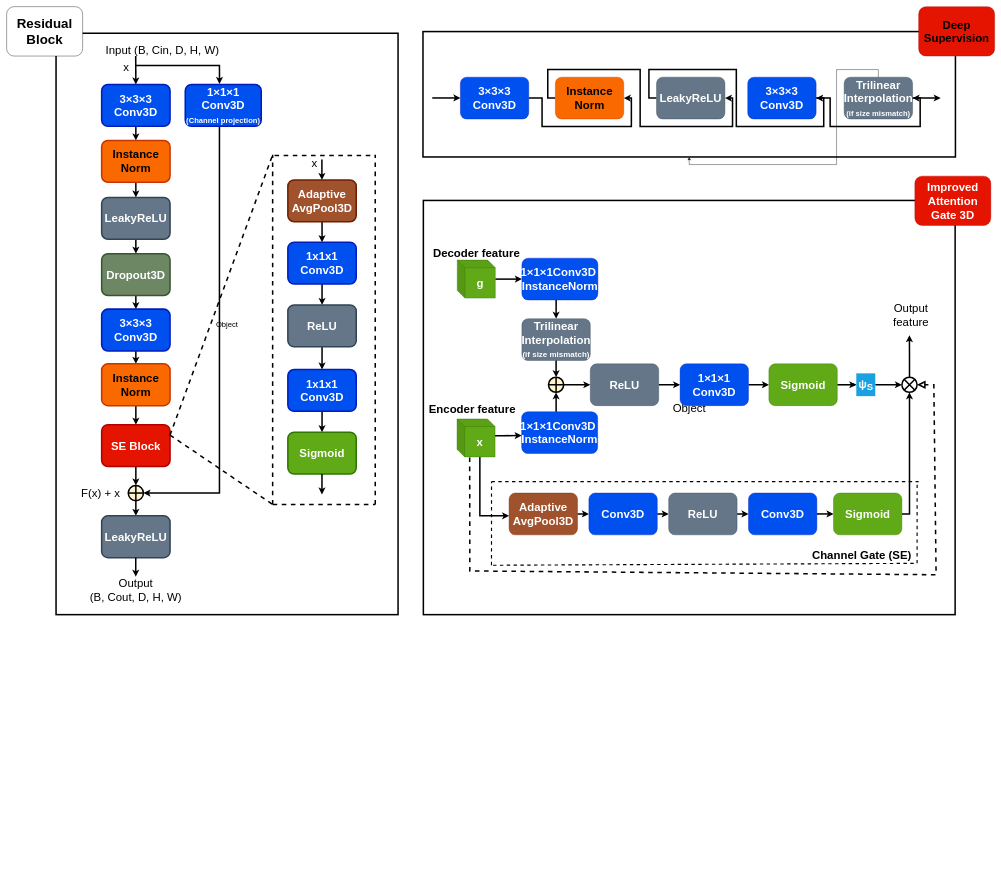
This is page "model blocks (segmentation module)" (4 of 5) of Biểu đồ không có tiêu đề.drawio from FanchonSora/thesis-project, a draw.io file, before an edit. Source tidied: cells renumbered, new cells numbered last; positions are measured from the earlier drawing's top-left corner, leaving out a move shared by most shapes. Both pictures are drawn from the tidied source at 38%, with x=0, y=0 at pixel (6, -172).
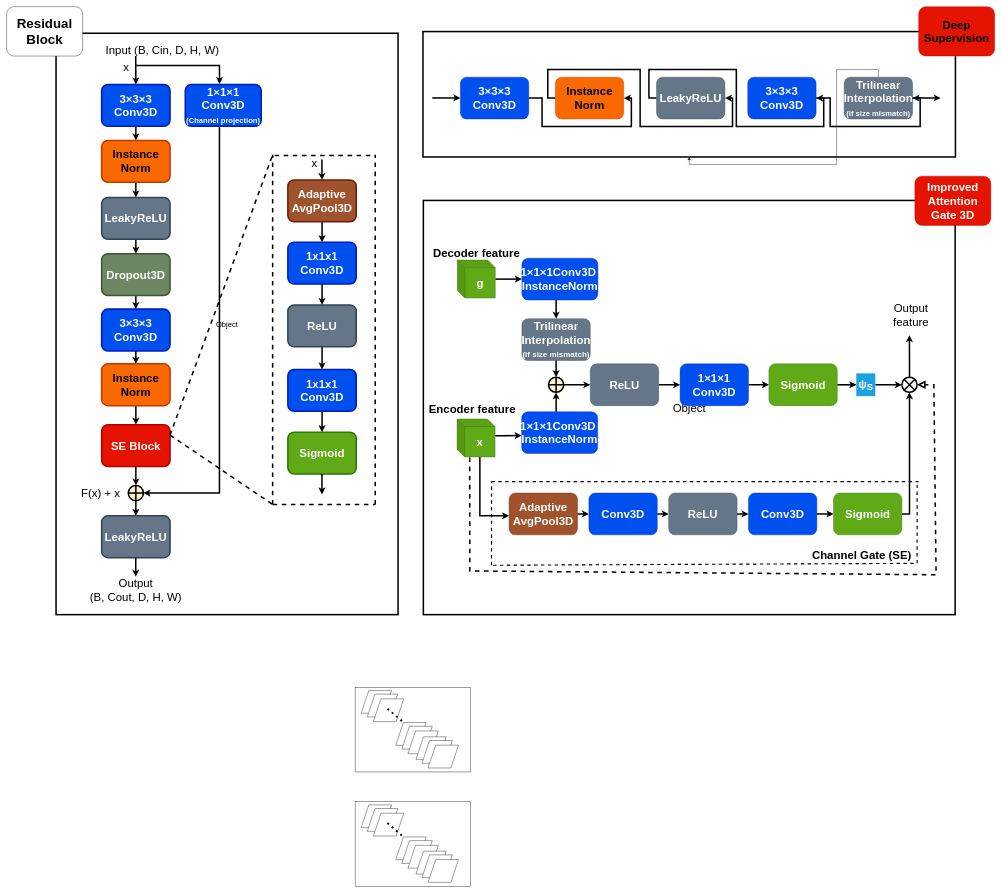
The same page after the edit.

Diff of the diagram source:
```diff
@@
+    <mxCell id="108" style="rounded=0;whiteSpace=wrap;html=1;fillColor=none;strokeColor=light-dark(#000000,#000000);" parent="1" vertex="1">
+      <mxGeometry x="917" y="2261" width="303" height="223" as="geometry" />
+    </mxCell>
+    <mxCell id="109" style="rounded=0;whiteSpace=wrap;html=1;fillColor=none;strokeColor=light-dark(#000000,#000000);" parent="1" vertex="1">
+      <mxGeometry x="917" y="2562" width="303" height="223" as="geometry" />
+    </mxCell>
+    <mxCell id="110" style="shape=parallelogram;perimeter=parallelogramPerimeter;whiteSpace=wrap;html=1;fixedSize=1;fillColor=light-dark(#FFFFFF,#006600);strokeColor=light-dark(#000000,#000000);" parent="1" vertex="1">
+      <mxGeometry x="933" y="2269.5" width="80" height="60" as="geometry" />
+    </mxCell>
+    <mxCell id="111" style="shape=parallelogram;perimeter=parallelogramPerimeter;whiteSpace=wrap;html=1;fixedSize=1;fillColor=light-dark(#FFFFFF,#006600);strokeColor=light-dark(#000000,#000000);" parent="1" vertex="1">
+      <mxGeometry x="949" y="2279.2" width="80" height="60" as="geometry" />
+    </mxCell>
+    <mxCell id="112" style="shape=parallelogram;perimeter=parallelogramPerimeter;whiteSpace=wrap;html=1;fixedSize=1;fillColor=light-dark(#FFFFFF,#006600);strokeColor=light-dark(#000000,#000000);" parent="1" vertex="1">
+      <mxGeometry x="965" y="2291.5" width="80" height="60" as="geometry" />
+    </mxCell>
+    <mxCell id="113" style="shape=parallelogram;perimeter=parallelogramPerimeter;whiteSpace=wrap;html=1;fixedSize=1;fillColor=light-dark(#FFFFFF,#006600);strokeColor=light-dark(#000000,#000000);" parent="1" vertex="1">
+      <mxGeometry x="1024" y="2354" width="80" height="60" as="geometry" />
+    </mxCell>
+    <mxCell id="114" style="shape=parallelogram;perimeter=parallelogramPerimeter;whiteSpace=wrap;html=1;fixedSize=1;fillColor=light-dark(#FFFFFF,#006600);strokeColor=light-dark(#000000,#000000);" parent="1" vertex="1">
+      <mxGeometry x="1040" y="2363.7" width="80" height="60" as="geometry" />
+    </mxCell>
+    <mxCell id="115" style="shape=parallelogram;perimeter=parallelogramPerimeter;whiteSpace=wrap;html=1;fixedSize=1;fillColor=light-dark(#FFFFFF,#006600);strokeColor=light-dark(#000000,#000000);" parent="1" vertex="1">
+      <mxGeometry x="1056" y="2376" width="80" height="60" as="geometry" />
+    </mxCell>
+    <mxCell id="116" style="shape=parallelogram;perimeter=parallelogramPerimeter;whiteSpace=wrap;html=1;fixedSize=1;fillColor=light-dark(#FFFFFF,#006600);strokeColor=light-dark(#000000,#000000);" parent="1" vertex="1">
+      <mxGeometry x="1077" y="2391.5" width="80" height="60" as="geometry" />
+    </mxCell>
+    <mxCell id="117" style="shape=parallelogram;perimeter=parallelogramPerimeter;whiteSpace=wrap;html=1;fixedSize=1;fillColor=light-dark(#FFFFFF,#006600);strokeColor=light-dark(#000000,#000000);" parent="1" vertex="1">
+      <mxGeometry x="1093" y="2401.2" width="80" height="60" as="geometry" />
+    </mxCell>
+    <mxCell id="118" style="shape=parallelogram;perimeter=parallelogramPerimeter;whiteSpace=wrap;html=1;fixedSize=1;fillColor=light-dark(#FFFFFF,#006600);strokeColor=light-dark(#000000,#000000);" parent="1" vertex="1">
+      <mxGeometry x="1109" y="2413.5" width="80" height="60" as="geometry" />
+    </mxCell>
+    <mxCell id="119" style="endArrow=none;dashed=1;html=1;strokeWidth=5;rounded=0;strokeColor=light-dark(#000000,#000000);dashPattern=1 2;" parent="1" edge="1">
+      <mxGeometry relative="1" as="geometry">
+        <mxPoint x="1040" y="2350" as="sourcePoint" />
+        <mxPoint x="998" y="2314" as="targetPoint" />
+      </mxGeometry>
+    </mxCell>
+    <mxCell id="120" style="shape=parallelogram;perimeter=parallelogramPerimeter;whiteSpace=wrap;html=1;fixedSize=1;fillColor=light-dark(#FFFFFF,#67AB9F);strokeColor=light-dark(#000000,#000000);" parent="1" vertex="1">
+      <mxGeometry x="933" y="2570.5" width="80" height="60" as="geometry" />
+    </mxCell>
+    <mxCell id="121" style="shape=parallelogram;perimeter=parallelogramPerimeter;whiteSpace=wrap;html=1;fixedSize=1;fillColor=light-dark(#FFFFFF,#67AB9F);strokeColor=light-dark(#000000,#000000);" parent="1" vertex="1">
+      <mxGeometry x="949" y="2580.2" width="80" height="60" as="geometry" />
+    </mxCell>
+    <mxCell id="122" style="shape=parallelogram;perimeter=parallelogramPerimeter;whiteSpace=wrap;html=1;fixedSize=1;fillColor=light-dark(#FFFFFF,#67AB9F);strokeColor=light-dark(#000000,#000000);" parent="1" vertex="1">
+      <mxGeometry x="965" y="2592.5" width="80" height="60" as="geometry" />
+    </mxCell>
+    <mxCell id="123" style="shape=parallelogram;perimeter=parallelogramPerimeter;whiteSpace=wrap;html=1;fixedSize=1;fillColor=light-dark(#FFFFFF,#67AB9F);strokeColor=light-dark(#000000,#000000);" parent="1" vertex="1">
+      <mxGeometry x="1024" y="2655" width="80" height="60" as="geometry" />
+    </mxCell>
+    <mxCell id="124" style="shape=parallelogram;perimeter=parallelogramPerimeter;whiteSpace=wrap;html=1;fixedSize=1;fillColor=light-dark(#FFFFFF,#67AB9F);strokeColor=light-dark(#000000,#000000);" parent="1" vertex="1">
+      <mxGeometry x="1040" y="2664.7" width="80" height="60" as="geometry" />
+    </mxCell>
+    <mxCell id="125" style="shape=parallelogram;perimeter=parallelogramPerimeter;whiteSpace=wrap;html=1;fixedSize=1;fillColor=light-dark(#FFFFFF,#67AB9F);strokeColor=light-dark(#000000,#000000);" parent="1" vertex="1">
+      <mxGeometry x="1056" y="2677" width="80" height="60" as="geometry" />
+    </mxCell>
+    <mxCell id="126" style="shape=parallelogram;perimeter=parallelogramPerimeter;whiteSpace=wrap;html=1;fixedSize=1;fillColor=light-dark(#FFFFFF,#67AB9F);strokeColor=light-dark(#000000,#000000);" parent="1" vertex="1">
+      <mxGeometry x="1077" y="2692.5" width="80" height="60" as="geometry" />
+    </mxCell>
+    <mxCell id="127" style="shape=parallelogram;perimeter=parallelogramPerimeter;whiteSpace=wrap;html=1;fixedSize=1;fillColor=light-dark(#FFFFFF,#67AB9F);strokeColor=light-dark(#000000,#000000);" parent="1" vertex="1">
+      <mxGeometry x="1093" y="2702.2" width="80" height="60" as="geometry" />
+    </mxCell>
+    <mxCell id="128" style="shape=parallelogram;perimeter=parallelogramPerimeter;whiteSpace=wrap;html=1;fixedSize=1;fillColor=light-dark(#FFFFFF,#67AB9F);strokeColor=light-dark(#000000,#000000);" parent="1" vertex="1">
+      <mxGeometry x="1109" y="2714.5" width="80" height="60" as="geometry" />
+    </mxCell>
+    <mxCell id="129" style="endArrow=none;dashed=1;html=1;strokeWidth=5;rounded=0;strokeColor=light-dark(#000000,#000000);dashPattern=1 2;" parent="1" edge="1">
+      <mxGeometry relative="1" as="geometry">
+        <mxPoint x="1040" y="2651" as="sourcePoint" />
+        <mxPoint x="998" y="2615" as="targetPoint" />
+      </mxGeometry>
+    </mxCell>
```
